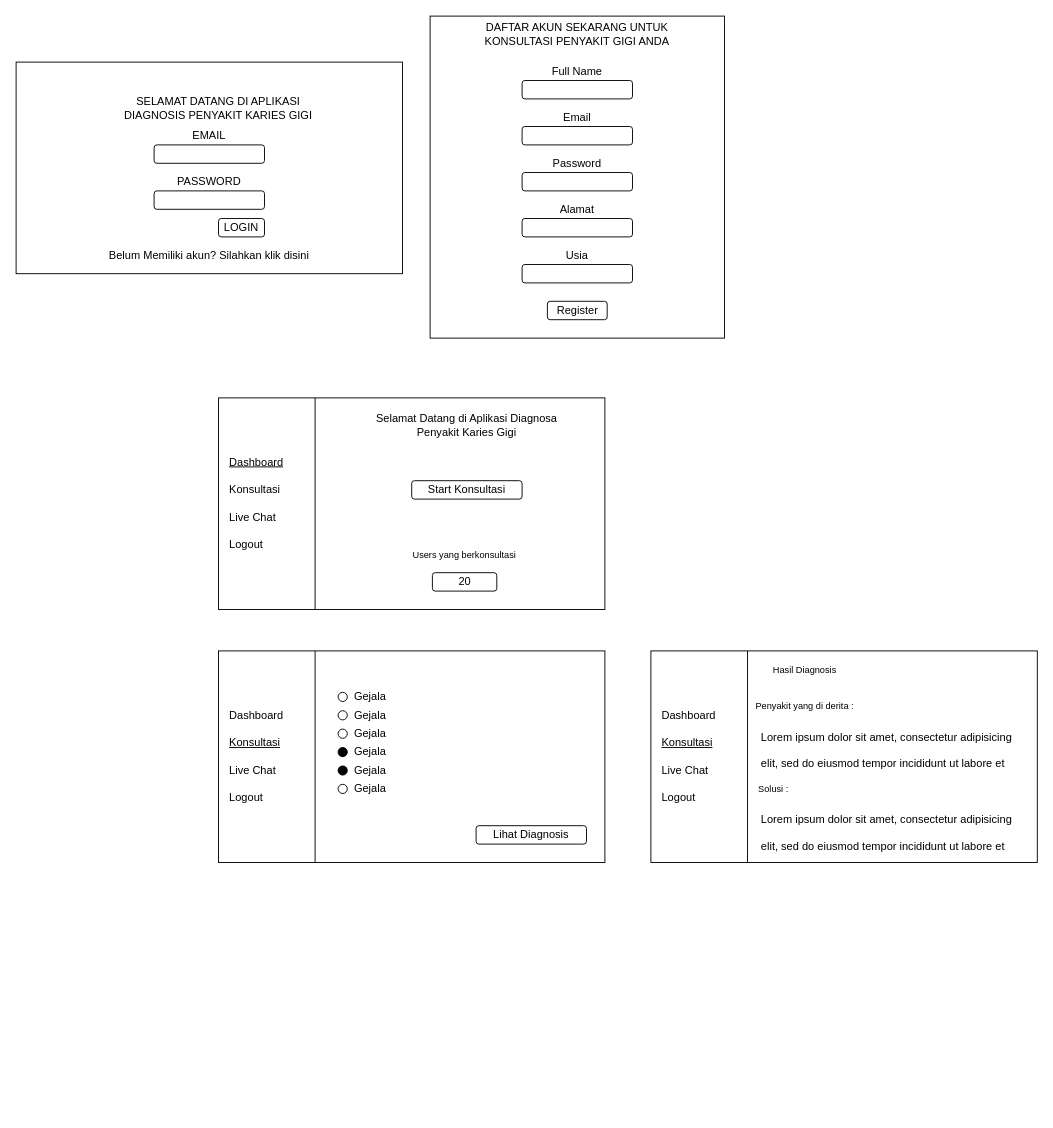
Before: Untitled Diagram.drawio in ariabd-ac/MockupTA, a draw.io diagram. Source tidied: cells renumbered, new cells numbered last; positions are measured from the earlier drawing's top-left corner, leaving out a move shared by most shapes. Both pictures are drawn from the tidied source at 92%, with x=0, y=0 at pixel (16, 16).
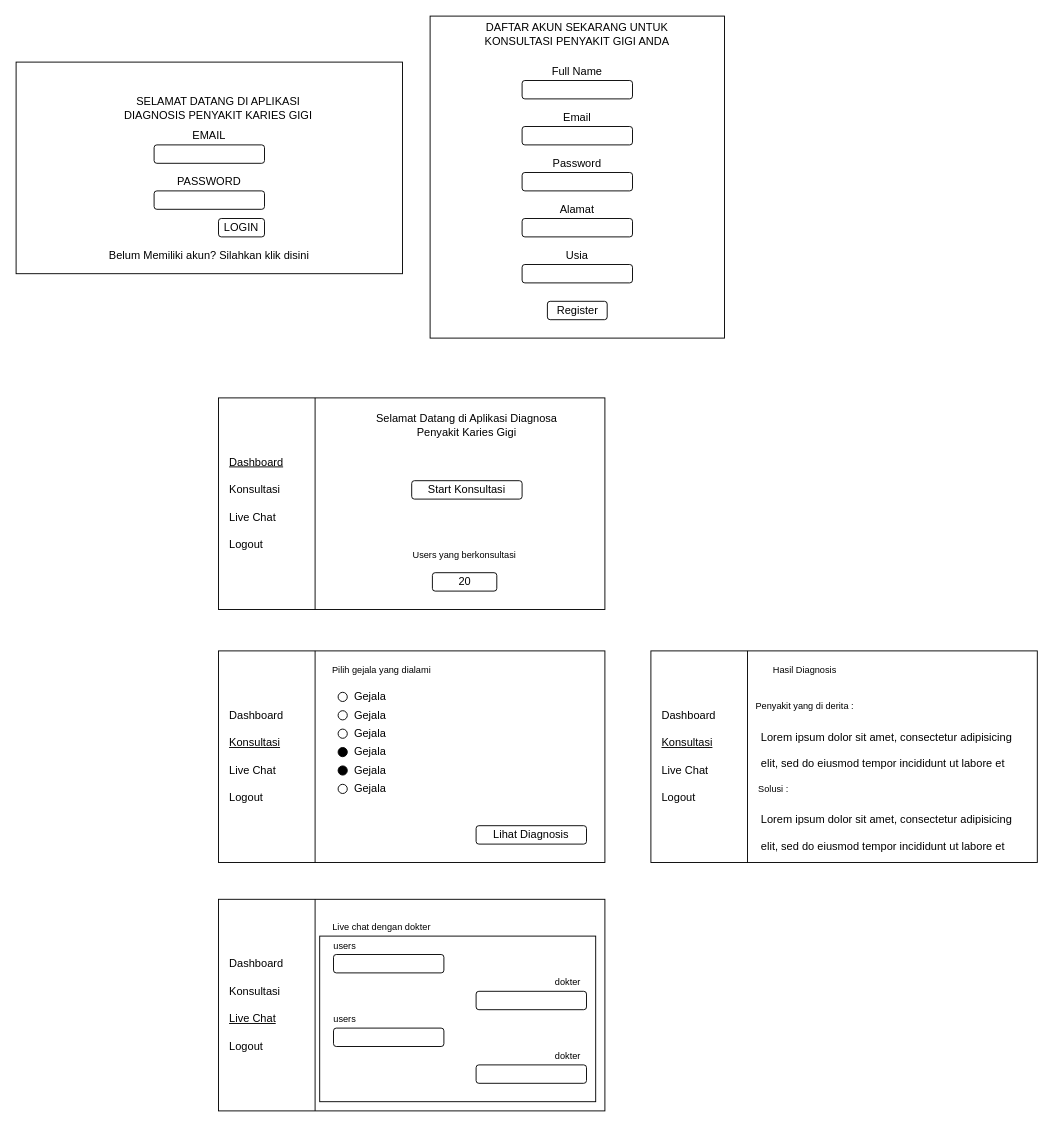
Above is the later version.

Commit message:
finish users

Unchanged cells that the change refers to:
```xml
<mxCell id="34" style="group;" parent="1" vertex="1">
  <mxGeometry x="220" y="690" width="420" height="230" as="geometry" />
</mxCell>
```

The edit, as a diff of the source:
```diff
@@
+    <mxCell id="72" value="&lt;font style=&quot;font-size: 10px&quot;&gt;Pilih gejala yang dialami&lt;/font&gt;" style="text;html=1;strokeColor=none;fillColor=none;align=center;verticalAlign=middle;whiteSpace=wrap;rounded=0;" parent="34" vertex="1">
+      <mxGeometry x="120" y="10" width="115" height="20" as="geometry" />
+    </mxCell>
@@
+    <mxCell id="73" style="group;" parent="1" vertex="1">
+      <mxGeometry x="220" y="960" width="420" height="230" as="geometry" />
+    </mxCell>
+    <mxCell id="74" style="rounded=0;whiteSpace=wrap;html=1;" parent="73" vertex="1">
+      <mxGeometry width="420" height="230" as="geometry" />
+    </mxCell>
+    <mxCell id="75" style="endArrow=none;html=1;exitX=0.25;exitY=0;exitDx=0;exitDy=0;entryX=0.25;entryY=1;entryDx=0;entryDy=0;entryPerimeter=0;" parent="73" edge="1" source="74" target="74">
+      <mxGeometry relative="1" as="geometry" />
+    </mxCell>
+    <mxCell id="76" value="Dashboard" style="text;html=1;strokeColor=none;fillColor=none;align=left;verticalAlign=middle;whiteSpace=wrap;rounded=0;" parent="73" vertex="1">
+      <mxGeometry x="10" y="60" width="60" height="20" as="geometry" />
+    </mxCell>
+    <mxCell id="77" value="Konsultasi" style="text;html=1;strokeColor=none;fillColor=none;align=left;verticalAlign=middle;whiteSpace=wrap;rounded=0;" parent="73" vertex="1">
+      <mxGeometry x="10" y="90" width="60" height="20" as="geometry" />
+    </mxCell>
+    <mxCell id="78" value="&lt;u&gt;Live Chat&lt;/u&gt;" style="text;html=1;strokeColor=none;fillColor=none;align=left;verticalAlign=middle;whiteSpace=wrap;rounded=0;" parent="73" vertex="1">
+      <mxGeometry x="10" y="120" width="60" height="20" as="geometry" />
+    </mxCell>
+    <mxCell id="79" value="Logout" style="text;html=1;strokeColor=none;fillColor=none;align=left;verticalAlign=middle;whiteSpace=wrap;rounded=0;" parent="73" vertex="1">
+      <mxGeometry x="10" y="150" width="60" height="20" as="geometry" />
+    </mxCell>
+    <mxCell id="80" style="rounded=0;whiteSpace=wrap;html=1;fillColor=none;" parent="73" vertex="1">
+      <mxGeometry x="110" y="40" width="300" height="180" as="geometry" />
+    </mxCell>
+    <mxCell id="81" value="&lt;font style=&quot;font-size: 10px&quot;&gt;Live chat dengan dokter&lt;/font&gt;" style="text;html=1;strokeColor=none;fillColor=none;align=center;verticalAlign=middle;whiteSpace=wrap;rounded=0;" parent="73" vertex="1">
+      <mxGeometry x="120" y="20" width="115" height="20" as="geometry" />
+    </mxCell>
+    <mxCell id="82" style="group;" parent="73" vertex="1">
+      <mxGeometry x="80" y="40" width="165" height="40" as="geometry" />
+    </mxCell>
+    <mxCell id="83" value="&lt;font style=&quot;font-size: 10px&quot;&gt;users&lt;/font&gt;" style="text;html=1;strokeColor=none;fillColor=none;align=center;verticalAlign=middle;whiteSpace=wrap;rounded=0;" parent="82" vertex="1">
+      <mxGeometry width="115" height="20" as="geometry" />
+    </mxCell>
+    <mxCell id="84" style="rounded=1;whiteSpace=wrap;html=1;fillColor=none;" parent="82" vertex="1">
+      <mxGeometry x="45" y="20" width="120" height="20" as="geometry" />
+    </mxCell>
+    <mxCell id="85" style="group;" parent="73" vertex="1">
+      <mxGeometry x="80" y="120" width="165" height="40" as="geometry" />
+    </mxCell>
+    <mxCell id="86" value="&lt;font style=&quot;font-size: 10px&quot;&gt;users&lt;/font&gt;" style="text;html=1;strokeColor=none;fillColor=none;align=center;verticalAlign=middle;whiteSpace=wrap;rounded=0;" parent="85" vertex="1">
+      <mxGeometry width="115" height="20" as="geometry" />
+    </mxCell>
+    <mxCell id="87" style="rounded=1;whiteSpace=wrap;html=1;fillColor=none;" parent="85" vertex="1">
+      <mxGeometry x="45" y="20" width="120" height="20" as="geometry" />
+    </mxCell>
+    <mxCell id="88" style="group;" parent="73" vertex="1">
+      <mxGeometry x="280" y="80" width="120" height="40" as="geometry" />
+    </mxCell>
+    <mxCell id="89" style="rounded=1;whiteSpace=wrap;html=1;fillColor=none;" parent="88" vertex="1">
+      <mxGeometry y="20" width="120" height="20" as="geometry" />
+    </mxCell>
+    <mxCell id="90" value="&lt;font style=&quot;font-size: 10px&quot;&gt;dokter&lt;/font&gt;" style="text;html=1;strokeColor=none;fillColor=none;align=center;verticalAlign=middle;whiteSpace=wrap;rounded=0;" parent="88" vertex="1">
+      <mxGeometry x="80" width="40" height="20" as="geometry" />
+    </mxCell>
+    <mxCell id="91" style="group;" parent="73" vertex="1">
+      <mxGeometry x="280" y="160" width="120" height="40" as="geometry" />
+    </mxCell>
+    <mxCell id="92" style="rounded=1;whiteSpace=wrap;html=1;fillColor=none;" parent="91" vertex="1">
+      <mxGeometry y="20" width="120" height="20" as="geometry" />
+    </mxCell>
+    <mxCell id="93" value="&lt;font style=&quot;font-size: 10px&quot;&gt;dokter&lt;/font&gt;" style="text;html=1;strokeColor=none;fillColor=none;align=center;verticalAlign=middle;whiteSpace=wrap;rounded=0;" parent="91" vertex="1">
+      <mxGeometry x="80" width="40" height="20" as="geometry" />
+    </mxCell>
```
